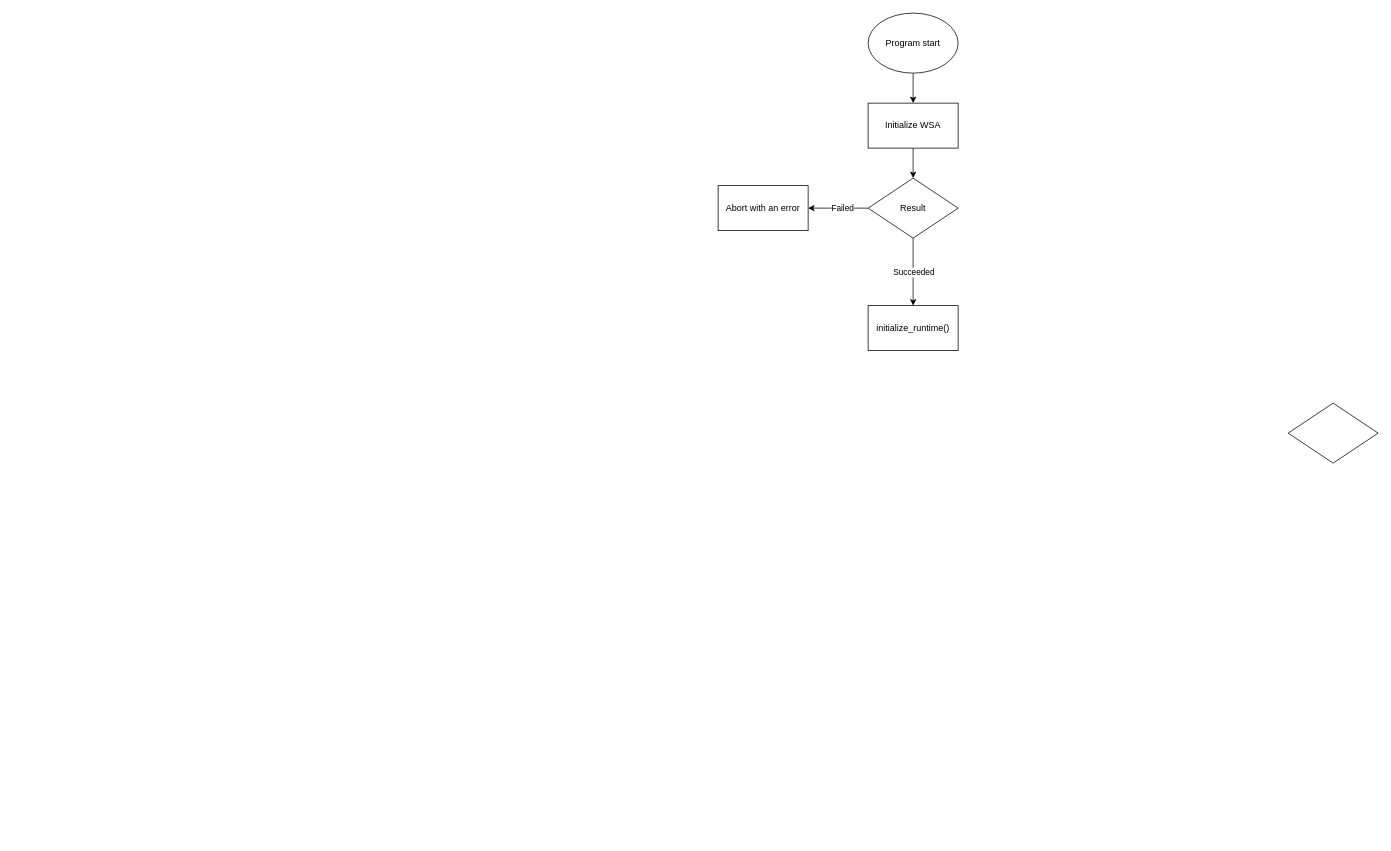
DVP-F/DDCL keeps this draw.io diagram as media/xml/DDCL.cpp_flow-diagram.drawio. Above is the earlier version. Source tidied: cells renumbered, new cells numbered last; positions are measured from the earlier drawing's top-left corner, leaving out a move shared by most shapes. Both pictures are drawn from the tidied source at 75%, with x=0, y=0 at pixel (718, 13).
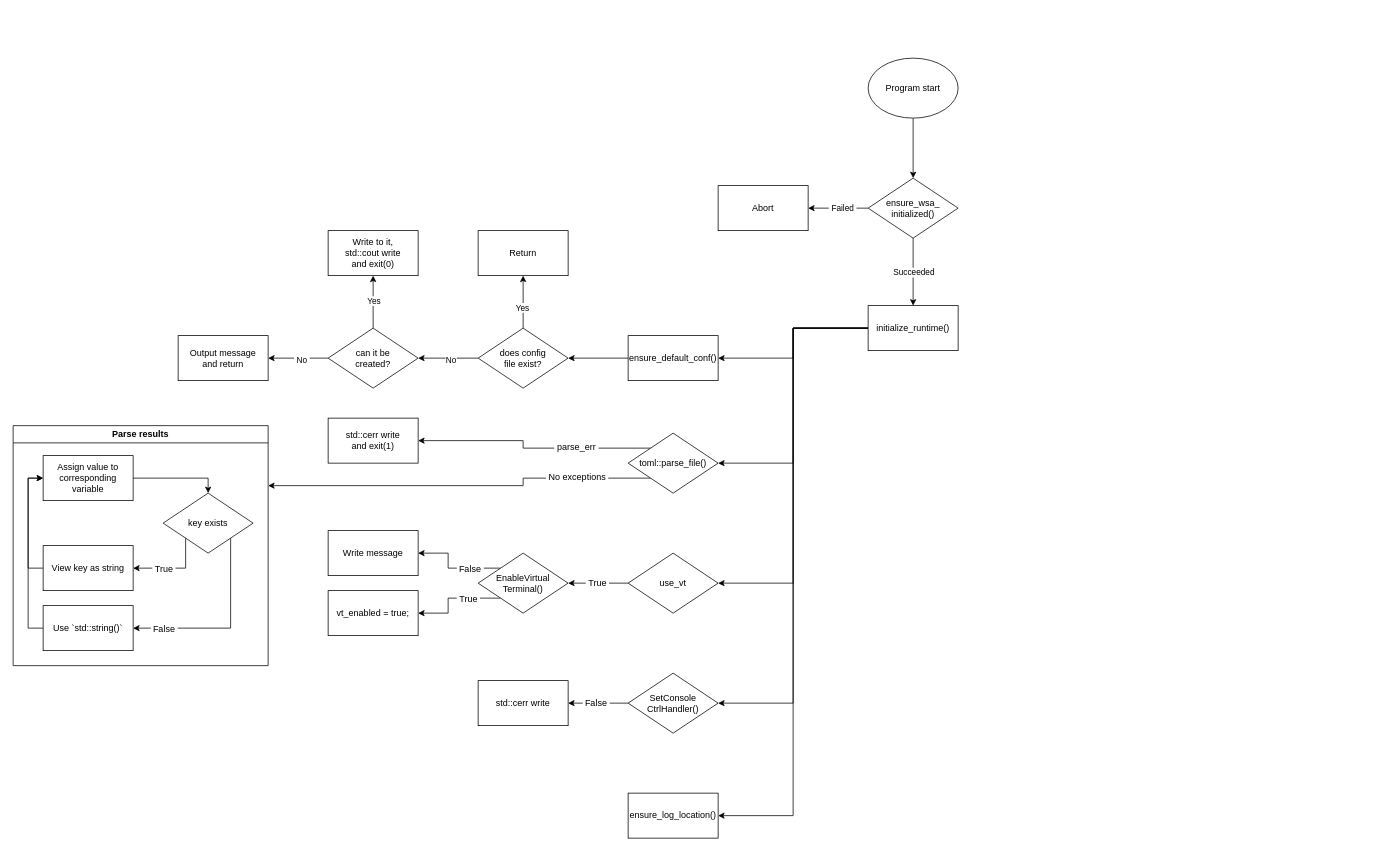
After the change.

Commit message:
gonna have to refactor this, split into functions i think

The change refers to these unchanged cells:
```xml
<mxCell id="4" style="edgeStyle=orthogonalEdgeStyle;rounded=0;jettySize=auto;html=1;" parent="1" edge="1" source="8" target="12">
  <mxGeometry relative="1" as="geometry" />
</mxCell>
<mxCell id="13" value="initialize_runtime()" style="whiteSpace=wrap;html=1;" parent="1" vertex="1">
  <mxGeometry x="200" y="390" width="120" height="60" as="geometry" />
</mxCell>
```

Diff of the diagram source:
```diff
@@
-    <mxCell id="2" style="edgeStyle=orthogonalEdgeStyle;rounded=0;jettySize=auto;html=1;" parent="1" edge="1" source="3" target="11">
-      <mxGeometry relative="1" as="geometry" />
-    </mxCell>
+    <mxCell id="14" style="edgeStyle=orthogonalEdgeStyle;rounded=0;jettySize=auto;html=1;" parent="1" edge="1" source="3" target="8">
+      <mxGeometry relative="1" as="geometry" />
+    </mxCell>
     <mxCell id="3" value="&lt;div&gt;Program start&lt;/div&gt;" style="ellipse;whiteSpace=wrap;html=1;" parent="1" vertex="1">
-      <mxGeometry x="200" width="120" height="80" as="geometry" />
+      <mxGeometry x="200" y="60" width="120" height="80" as="geometry" />
     </mxCell>
@@
-    <mxCell id="5" value="&lt;div&gt;Failed&lt;/div&gt;" style="edgeLabel;html=1;align=center;verticalAlign=middle;labelPosition=center;verticalLabelPosition=middle;spacingBottom=5;" parent="4" vertex="1">
+    <mxCell id="5" value="&lt;div&gt;&amp;nbsp;Failed&amp;nbsp;&lt;/div&gt;" style="edgeLabel;html=1;align=center;verticalAlign=middle;labelPosition=center;verticalLabelPosition=middle;spacingBottom=5;" parent="4" vertex="1">
       <mxGeometry x="-0.12" y="2" relative="1" as="geometry" />
     </mxCell>
@@
-    <mxCell id="8" value="Result" style="rhombus;whiteSpace=wrap;html=1;" parent="1" vertex="1">
+    <mxCell id="8" value="&lt;div&gt;ensure_wsa_&lt;/div&gt;&lt;div&gt;initialized()&lt;/div&gt;" style="rhombus;whiteSpace=wrap;html=1;fontSize=12;" parent="1" vertex="1">
       <mxGeometry x="200" y="220" width="120" height="80" as="geometry" />
     </mxCell>
+    <mxCell id="15" style="edgeStyle=orthogonalEdgeStyle;rounded=0;jettySize=auto;html=1;fontFamily=Helvetica;fontSize=12;fontColor=default;exitX=0;exitY=0;exitDx=0;exitDy=0;" parent="1" edge="1" source="9" target="39">
+      <mxGeometry relative="1" as="geometry" />
+    </mxCell>
+    <mxCell id="16" value="&amp;nbsp;parse_err&amp;nbsp;" style="edgeLabel;html=1;align=center;verticalAlign=middle;strokeColor=default;fontFamily=Helvetica;fontSize=12;fontColor=default;fillColor=default;spacingBottom=4;spacingRight=20;" parent="15" vertex="1">
+      <mxGeometry x="-0.3" y="3" relative="1" as="geometry">
+        <mxPoint x="22" y="-3" as="offset" />
+      </mxGeometry>
+    </mxCell>
+    <mxCell id="17" style="edgeStyle=orthogonalEdgeStyle;rounded=0;jettySize=auto;html=1;fontFamily=Helvetica;fontSize=12;fontColor=default;entryX=1;entryY=0.25;entryDx=0;entryDy=0;exitX=0;exitY=1;exitDx=0;exitDy=0;" parent="1" edge="1" source="9" target="40">
+      <mxGeometry relative="1" as="geometry">
+        <Array as="points">
+          <mxPoint x="-260" y="620" />
+          <mxPoint x="-260" y="630" />
+        </Array>
+      </mxGeometry>
+    </mxCell>
+    <mxCell id="18" value="&amp;nbsp;No exceptions&amp;nbsp;" style="edgeLabel;html=1;align=center;verticalAlign=middle;strokeColor=default;fontFamily=Helvetica;fontSize=12;fontColor=default;fillColor=default;spacingBottom=3;" parent="17" vertex="1">
+      <mxGeometry x="-0.24" y="4" relative="1" as="geometry">
+        <mxPoint x="89" y="-14" as="offset" />
+      </mxGeometry>
+    </mxCell>
-    <mxCell id="9" style="rhombus;whiteSpace=wrap;html=1;" parent="1" vertex="1">
-      <mxGeometry x="760" y="520" width="120" height="80" as="geometry" />
+    <mxCell id="9" value="toml::parse_file()" style="rhombus;whiteSpace=wrap;html=1;" parent="1" vertex="1">
+      <mxGeometry x="-120" y="560" width="120" height="80" as="geometry" />
     </mxCell>
-    <mxCell id="10" style="edgeStyle=orthogonalEdgeStyle;rounded=0;jettySize=auto;html=1;" parent="1" edge="1" source="11" target="8">
-      <mxGeometry relative="1" as="geometry" />
-    </mxCell>
-    <mxCell id="11" value="Initialize WSA" style="rounded=0;whiteSpace=wrap;html=1;" parent="1" vertex="1">
-      <mxGeometry x="200" y="120" width="120" height="60" as="geometry" />
-    </mxCell>
-    <mxCell id="12" value="Abort with an error" style="whiteSpace=wrap;html=1;" parent="1" vertex="1">
+    <mxCell id="12" value="&lt;div&gt;Abort&lt;/div&gt;" style="whiteSpace=wrap;html=1;" parent="1" vertex="1">
       <mxGeometry y="230" width="120" height="60" as="geometry" />
     </mxCell>
+    <mxCell id="19" style="edgeStyle=orthogonalEdgeStyle;rounded=0;jettySize=auto;html=1;entryX=1;entryY=0.5;entryDx=0;entryDy=0;exitX=0;exitY=0.5;exitDx=0;exitDy=0;" parent="1" edge="1" source="13" target="25">
+      <mxGeometry relative="1" as="geometry" />
+    </mxCell>
+    <mxCell id="20" style="edgeStyle=orthogonalEdgeStyle;rounded=0;jettySize=auto;html=1;exitX=0;exitY=0.5;exitDx=0;exitDy=0;entryX=1;entryY=0.5;entryDx=0;entryDy=0;" parent="1" edge="1" source="13" target="9">
+      <mxGeometry relative="1" as="geometry" />
+    </mxCell>
+    <mxCell id="21" style="edgeStyle=orthogonalEdgeStyle;rounded=0;jettySize=auto;html=1;exitX=0;exitY=0.5;exitDx=0;exitDy=0;entryX=1;entryY=0.5;entryDx=0;entryDy=0;fontFamily=Helvetica;fontSize=12;fontColor=default;" parent="1" edge="1" source="13" target="55">
+      <mxGeometry relative="1" as="geometry" />
+    </mxCell>
+    <mxCell id="22" style="edgeStyle=orthogonalEdgeStyle;rounded=0;jettySize=auto;html=1;exitX=0;exitY=0.5;exitDx=0;exitDy=0;entryX=1;entryY=0.5;entryDx=0;entryDy=0;fontFamily=Helvetica;fontSize=12;fontColor=default;" parent="1" edge="1" source="13" target="64">
+      <mxGeometry relative="1" as="geometry" />
+    </mxCell>
+    <mxCell id="23" style="edgeStyle=orthogonalEdgeStyle;rounded=0;jettySize=auto;html=1;exitX=0;exitY=0.5;exitDx=0;exitDy=0;entryX=1;entryY=0.5;entryDx=0;entryDy=0;fontFamily=Helvetica;fontSize=12;fontColor=default;" parent="1" edge="1" source="13" target="66">
+      <mxGeometry relative="1" as="geometry" />
+    </mxCell>
@@
+    <mxCell id="24" style="edgeStyle=orthogonalEdgeStyle;rounded=0;jettySize=auto;html=1;" parent="1" edge="1" source="25" target="30">
+      <mxGeometry relative="1" as="geometry" />
+    </mxCell>
+    <mxCell id="25" value="ensure_default_conf()" style="whiteSpace=wrap;html=1;" parent="1" vertex="1">
+      <mxGeometry x="-120" y="430" width="120" height="60" as="geometry" />
+    </mxCell>
+    <mxCell id="26" style="edgeStyle=orthogonalEdgeStyle;rounded=0;jettySize=auto;html=1;" parent="1" edge="1" source="30" target="31">
+      <mxGeometry relative="1" as="geometry" />
+    </mxCell>
+    <mxCell id="27" value="&lt;div&gt;Yes&lt;/div&gt;" style="edgeLabel;html=1;align=center;verticalAlign=middle;spacingBottom=4;" parent="26" vertex="1">
+      <mxGeometry x="-0.25" y="2" relative="1" as="geometry" />
+    </mxCell>
+    <mxCell id="28" style="edgeStyle=orthogonalEdgeStyle;rounded=0;jettySize=auto;html=1;" parent="1" edge="1" source="30" target="36">
+      <mxGeometry relative="1" as="geometry" />
+    </mxCell>
+    <mxCell id="29" value="No" style="edgeLabel;html=1;align=center;verticalAlign=middle;spacingBottom=4;" parent="28" vertex="1">
+      <mxGeometry x="-0.07" y="4" relative="1" as="geometry" />
+    </mxCell>
+    <mxCell id="30" value="&lt;div&gt;does config&lt;/div&gt;&lt;div&gt;file exist?&lt;/div&gt;" style="rhombus;whiteSpace=wrap;html=1;" parent="1" vertex="1">
+      <mxGeometry x="-320" y="420" width="120" height="80" as="geometry" />
+    </mxCell>
+    <mxCell id="31" value="Return" style="whiteSpace=wrap;html=1;" parent="1" vertex="1">
+      <mxGeometry x="-320" y="290" width="120" height="60" as="geometry" />
+    </mxCell>
+    <mxCell id="32" style="edgeStyle=orthogonalEdgeStyle;rounded=0;jettySize=auto;html=1;" parent="1" edge="1" source="36" target="37">
+      <mxGeometry relative="1" as="geometry" />
+    </mxCell>
+    <mxCell id="33" value="Yes" style="edgeLabel;html=1;align=center;verticalAlign=middle;" parent="32" vertex="1">
+      <mxGeometry x="0.05" relative="1" as="geometry" />
+    </mxCell>
+    <mxCell id="34" style="edgeStyle=orthogonalEdgeStyle;rounded=0;jettySize=auto;html=1;" parent="1" edge="1" source="36" target="38">
+      <mxGeometry relative="1" as="geometry" />
+    </mxCell>
+    <mxCell id="35" value="&amp;nbsp;No&amp;nbsp;" style="edgeLabel;html=1;align=center;verticalAlign=middle;" parent="34" vertex="1">
+      <mxGeometry x="-0.09" y="2" relative="1" as="geometry" />
+    </mxCell>
+    <mxCell id="36" value="&lt;div&gt;can it be&lt;/div&gt;&lt;div&gt;created?&lt;/div&gt;" style="rhombus;whiteSpace=wrap;html=1;" parent="1" vertex="1">
+      <mxGeometry x="-520" y="420" width="120" height="80" as="geometry" />
+    </mxCell>
+    <mxCell id="37" value="&lt;div&gt;Write to it,&lt;/div&gt;&lt;div&gt;std::cout write&lt;/div&gt;&lt;div&gt;and exit(0)&lt;/div&gt;" style="whiteSpace=wrap;html=1;" parent="1" vertex="1">
+      <mxGeometry x="-520" y="290" width="120" height="60" as="geometry" />
+    </mxCell>
+    <mxCell id="38" value="&lt;div&gt;Output message&lt;/div&gt;&lt;div&gt;and return&lt;/div&gt;" style="whiteSpace=wrap;html=1;" parent="1" vertex="1">
+      <mxGeometry x="-720" y="430" width="120" height="60" as="geometry" />
+    </mxCell>
+    <mxCell id="39" value="&lt;div&gt;std::cerr write&lt;/div&gt;&lt;div&gt;and exit(1)&lt;/div&gt;" style="whiteSpace=wrap;html=1;" parent="1" vertex="1">
+      <mxGeometry x="-520" y="540" width="120" height="60" as="geometry" />
+    </mxCell>
+    <mxCell id="40" value="Parse results" style="swimlane;whiteSpace=wrap;html=1;strokeColor=default;align=center;verticalAlign=middle;fontFamily=Helvetica;fontSize=12;fontColor=default;fillColor=default;" parent="1" vertex="1">
+      <mxGeometry x="-940" y="550" width="340" height="320" as="geometry" />
+    </mxCell>
+    <mxCell id="41" style="edgeStyle=orthogonalEdgeStyle;rounded=0;jettySize=auto;html=1;exitX=0;exitY=0.5;exitDx=0;exitDy=0;entryX=0;entryY=0.5;entryDx=0;entryDy=0;fontFamily=Helvetica;fontSize=12;fontColor=default;" parent="40" edge="1" source="42" target="45">
+      <mxGeometry relative="1" as="geometry">
+        <Array as="points">
+          <mxPoint x="20" y="190" />
+          <mxPoint x="20" y="70" />
+        </Array>
+      </mxGeometry>
+    </mxCell>
+    <mxCell id="42" value="View key as string" style="whiteSpace=wrap;html=1;" parent="40" vertex="1">
+      <mxGeometry x="40" y="160" width="120" height="60" as="geometry" />
+    </mxCell>
+    <mxCell id="43" style="edgeStyle=orthogonalEdgeStyle;rounded=0;jettySize=auto;html=1;exitX=0;exitY=0.5;exitDx=0;exitDy=0;entryX=0;entryY=0.5;entryDx=0;entryDy=0;fontFamily=Helvetica;fontSize=12;fontColor=default;" parent="40" edge="1" source="44" target="45">
+      <mxGeometry relative="1" as="geometry">
+        <Array as="points">
+          <mxPoint x="20" y="270" />
+          <mxPoint x="20" y="70" />
+        </Array>
+      </mxGeometry>
+    </mxCell>
+    <mxCell id="44" value="Use `std::string()`" style="whiteSpace=wrap;html=1;" parent="40" vertex="1">
+      <mxGeometry x="40" y="240" width="120" height="60" as="geometry" />
+    </mxCell>
+    <mxCell id="45" value="Assign value to corresponding variable" style="rounded=0;whiteSpace=wrap;html=1;strokeColor=default;align=center;verticalAlign=middle;fontFamily=Helvetica;fontSize=12;fontColor=default;fillColor=default;" parent="40" vertex="1">
+      <mxGeometry x="40" y="40" width="120" height="60" as="geometry" />
+    </mxCell>
+    <mxCell id="46" style="edgeStyle=orthogonalEdgeStyle;rounded=0;jettySize=auto;html=1;fontFamily=Helvetica;fontSize=12;fontColor=default;entryX=1;entryY=0.5;entryDx=0;entryDy=0;exitX=0;exitY=1;exitDx=0;exitDy=0;" parent="40" edge="1" source="51" target="42">
+      <mxGeometry relative="1" as="geometry">
+        <Array as="points">
+          <mxPoint x="230" y="190" />
+        </Array>
+      </mxGeometry>
+    </mxCell>
+    <mxCell id="47" value="&amp;nbsp;True&amp;nbsp;" style="edgeLabel;html=1;align=center;verticalAlign=middle;strokeColor=default;fontFamily=Helvetica;fontSize=12;fontColor=default;fillColor=default;" parent="46" vertex="1">
+      <mxGeometry x="-0.51" y="-2" relative="1" as="geometry">
+        <mxPoint x="-28" y="13" as="offset" />
+      </mxGeometry>
+    </mxCell>
+    <mxCell id="48" style="edgeStyle=orthogonalEdgeStyle;rounded=0;jettySize=auto;html=1;fontFamily=Helvetica;fontSize=12;fontColor=default;exitX=1;exitY=1;exitDx=0;exitDy=0;entryX=1;entryY=0.5;entryDx=0;entryDy=0;" parent="40" edge="1" source="51" target="44">
+      <mxGeometry relative="1" as="geometry">
+        <Array as="points">
+          <mxPoint x="290" y="270" />
+        </Array>
+      </mxGeometry>
+    </mxCell>
+    <mxCell id="49" value="&amp;nbsp;False&amp;nbsp;" style="edgeLabel;html=1;align=center;verticalAlign=middle;strokeColor=default;fontFamily=Helvetica;fontSize=12;fontColor=default;fillColor=default;" parent="48" vertex="1">
+      <mxGeometry x="-0.26" y="4" relative="1" as="geometry">
+        <mxPoint x="-94" y="27" as="offset" />
+      </mxGeometry>
+    </mxCell>
+    <mxCell id="50" style="edgeStyle=orthogonalEdgeStyle;rounded=0;jettySize=auto;html=1;exitX=1;exitY=0.5;exitDx=0;exitDy=0;entryX=0.5;entryY=0;entryDx=0;entryDy=0;fontFamily=Helvetica;fontSize=12;fontColor=default;" parent="40" edge="1" source="45" target="51">
+      <mxGeometry relative="1" as="geometry" />
+    </mxCell>
+    <mxCell id="51" value="key exists" style="rhombus;whiteSpace=wrap;html=1;" parent="40" vertex="1">
+      <mxGeometry x="200" y="90" width="120" height="80" as="geometry" />
+    </mxCell>
+    <mxCell id="52" value="Write message" style="rounded=0;whiteSpace=wrap;html=1;strokeColor=default;align=center;verticalAlign=middle;fontFamily=Helvetica;fontSize=12;fontColor=default;fillColor=default;" parent="1" vertex="1">
+      <mxGeometry x="-520" y="690" width="120" height="60" as="geometry" />
+    </mxCell>
+    <mxCell id="53" style="edgeStyle=orthogonalEdgeStyle;rounded=0;jettySize=auto;html=1;fontFamily=Helvetica;fontSize=12;fontColor=default;" parent="1" edge="1" source="55" target="60">
+      <mxGeometry relative="1" as="geometry" />
+    </mxCell>
+    <mxCell id="54" value="&amp;nbsp;True&amp;nbsp;" style="edgeLabel;html=1;align=center;verticalAlign=middle;strokeColor=default;fontFamily=Helvetica;fontSize=12;fontColor=default;fillColor=default;" parent="53" vertex="1">
+      <mxGeometry x="0.15" y="-1" relative="1" as="geometry">
+        <mxPoint x="4" as="offset" />
+      </mxGeometry>
+    </mxCell>
+    <mxCell id="55" value="use_vt" style="rhombus;whiteSpace=wrap;html=1;" parent="1" vertex="1">
+      <mxGeometry x="-120" y="720" width="120" height="80" as="geometry" />
+    </mxCell>
+    <mxCell id="56" style="edgeStyle=orthogonalEdgeStyle;rounded=0;jettySize=auto;html=1;fontFamily=Helvetica;fontSize=12;fontColor=default;exitX=0;exitY=0;exitDx=0;exitDy=0;" parent="1" edge="1" source="60" target="52">
+      <mxGeometry relative="1" as="geometry" />
+    </mxCell>
+    <mxCell id="57" value="&amp;nbsp;False&amp;nbsp;" style="edgeLabel;html=1;align=center;verticalAlign=middle;strokeColor=default;fontFamily=Helvetica;fontSize=12;fontColor=default;fillColor=default;" parent="56" vertex="1">
+      <mxGeometry x="-0.3" y="-2" relative="1" as="geometry">
+        <mxPoint x="4" y="2" as="offset" />
+      </mxGeometry>
+    </mxCell>
+    <mxCell id="58" style="edgeStyle=orthogonalEdgeStyle;rounded=0;jettySize=auto;html=1;fontFamily=Helvetica;fontSize=12;fontColor=default;exitX=0;exitY=1;exitDx=0;exitDy=0;" parent="1" edge="1" source="60" target="61">
+      <mxGeometry relative="1" as="geometry" />
+    </mxCell>
+    <mxCell id="59" value="&amp;nbsp;True&amp;nbsp;" style="edgeLabel;html=1;align=center;verticalAlign=middle;strokeColor=default;fontFamily=Helvetica;fontSize=12;fontColor=default;fillColor=default;" parent="58" vertex="1">
+      <mxGeometry x="-0.37" relative="1" as="geometry">
+        <mxPoint x="-3" as="offset" />
+      </mxGeometry>
+    </mxCell>
+    <mxCell id="60" value="&lt;div&gt;EnableVirtual&lt;/div&gt;&lt;div&gt;Terminal()&lt;/div&gt;" style="rhombus;whiteSpace=wrap;html=1;" parent="1" vertex="1">
+      <mxGeometry x="-320" y="720" width="120" height="80" as="geometry" />
+    </mxCell>
+    <mxCell id="61" value="vt_enabled = true;" style="whiteSpace=wrap;html=1;" parent="1" vertex="1">
+      <mxGeometry x="-520" y="770" width="120" height="60" as="geometry" />
+    </mxCell>
+    <mxCell id="62" style="edgeStyle=orthogonalEdgeStyle;rounded=0;jettySize=auto;html=1;fontFamily=Helvetica;fontSize=12;fontColor=default;" parent="1" edge="1" source="64" target="65">
+      <mxGeometry relative="1" as="geometry" />
+    </mxCell>
+    <mxCell id="63" value="&amp;nbsp;False&amp;nbsp;" style="edgeLabel;html=1;align=center;verticalAlign=middle;strokeColor=default;fontFamily=Helvetica;fontSize=12;fontColor=default;fillColor=default;" parent="62" vertex="1">
+      <mxGeometry x="0.17" y="2" relative="1" as="geometry">
+        <mxPoint x="3" y="-3" as="offset" />
+      </mxGeometry>
+    </mxCell>
+    <mxCell id="64" value="&lt;div&gt;SetConsole&lt;/div&gt;&lt;div&gt;CtrlHandler()&lt;/div&gt;" style="rhombus;whiteSpace=wrap;html=1;" parent="1" vertex="1">
+      <mxGeometry x="-120" y="880" width="120" height="80" as="geometry" />
+    </mxCell>
+    <mxCell id="65" value="std::cerr write" style="whiteSpace=wrap;html=1;" parent="1" vertex="1">
+      <mxGeometry x="-320" y="890" width="120" height="60" as="geometry" />
+    </mxCell>
+    <mxCell id="66" value="ensure_log_location()" style="whiteSpace=wrap;html=1;strokeColor=default;align=center;verticalAlign=middle;fontFamily=Helvetica;fontSize=12;fontColor=default;fillColor=default;" parent="1" vertex="1">
+      <mxGeometry x="-120" y="1040" width="120" height="60" as="geometry" />
+    </mxCell>
```
